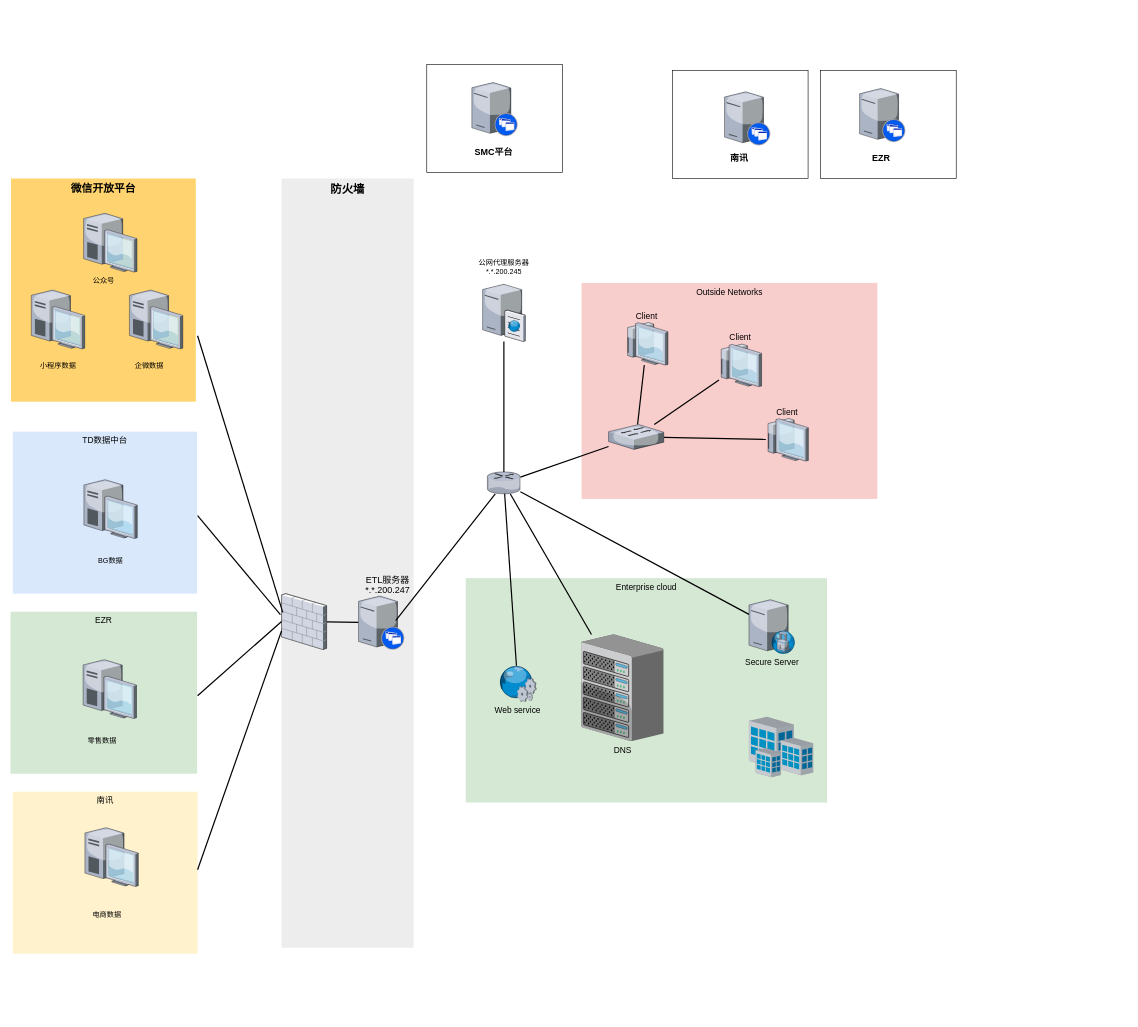
Before: source/特步CDP网络拓扑图.drawio in DThadch/draw, a draw.io diagram. Source tidied: cells renumbered, new cells numbered last; positions are measured from the earlier drawing's top-left corner, leaving out a move shared by most shapes. Both pictures are drawn from the tidied source at 60%, with x=0, y=0 at pixel (10, 64).
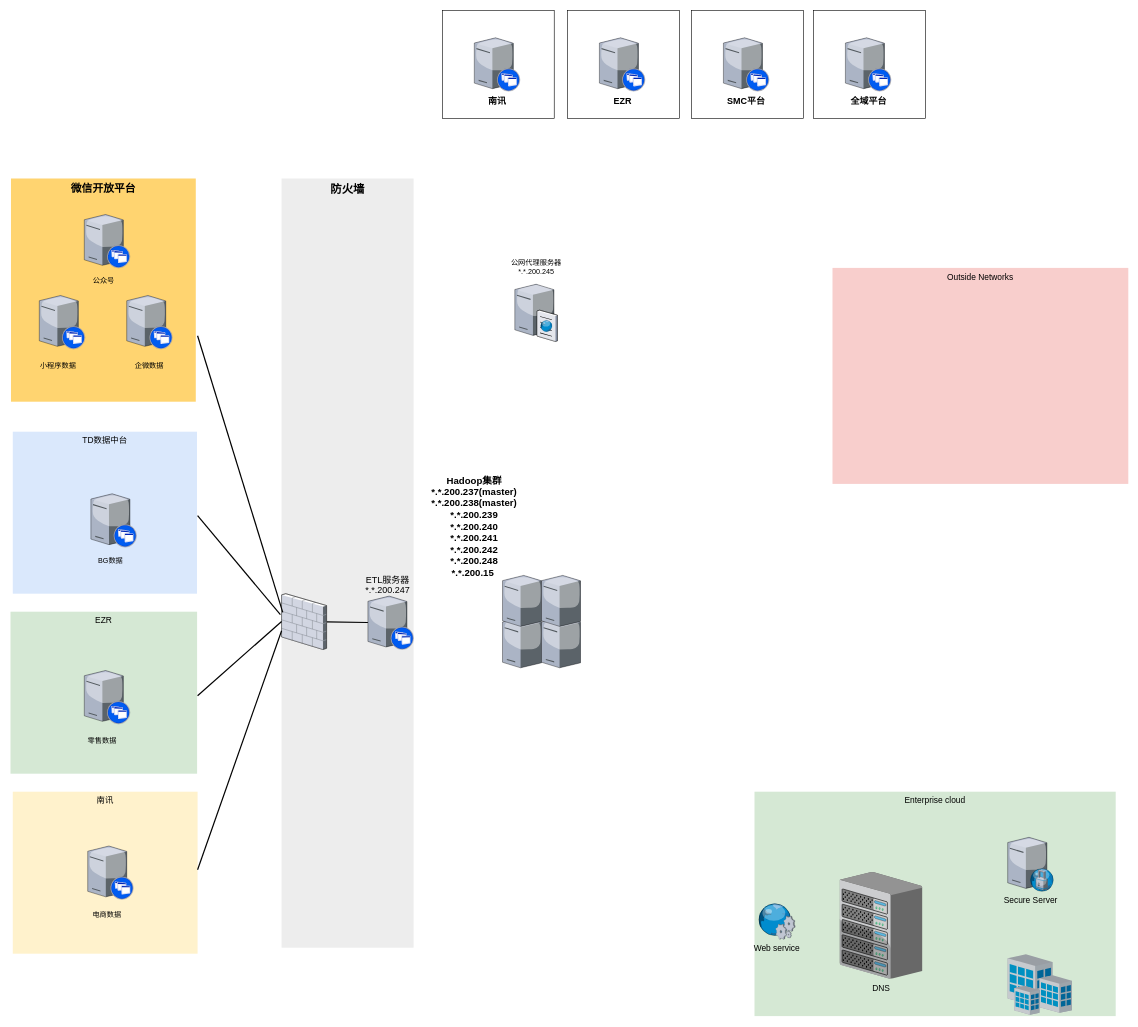
After the change.

Commit message (it also covers changes not shown here):
更新特步CDP网络拓扑图.drawio

Diff of the diagram source:
```diff
@@
-    <mxCell id="2" style="rounded=0;whiteSpace=wrap;html=1;" parent="1" vertex="1">
-      <mxGeometry x="693.8" width="226.2" height="180" as="geometry" />
-    </mxCell>
     <mxCell id="3" value="Outside Networks" style="whiteSpace=wrap;html=1;fillColor=#f8cecc;fontSize=14;strokeColor=none;verticalAlign=top;" parent="1" vertex="1">
-      <mxGeometry x="951.8" y="364" width="493" height="360" as="geometry" />
+      <mxGeometry x="1370" y="339" width="493" height="360" as="geometry" />
     </mxCell>
     <mxCell id="4" value="Enterprise cloud" style="whiteSpace=wrap;html=1;fillColor=#d5e8d4;fontSize=14;strokeColor=none;verticalAlign=top;" parent="1" vertex="1">
-      <mxGeometry x="758.8" y="856" width="602" height="374" as="geometry" />
+      <mxGeometry x="1240" y="1212" width="602" height="374" as="geometry" />
     </mxCell>
@@
-    <mxCell id="8" style="verticalLabelPosition=bottom;html=1;verticalAlign=top;strokeColor=none;shape=mxgraph.citrix.desktop;fillColor=#66B2FF;gradientColor=#0066CC;fontSize=14;" parent="1" vertex="1">
-      <mxGeometry x="198.2" y="376" width="89" height="98" as="geometry" />
-    </mxCell>
-    <mxCell id="9" style="verticalLabelPosition=bottom;html=1;verticalAlign=top;strokeColor=none;shape=mxgraph.citrix.desktop;fillColor=#66B2FF;gradientColor=#0066CC;fontSize=14;" parent="1" vertex="1">
-      <mxGeometry x="34.7" y="376" width="89" height="98" as="geometry" />
-    </mxCell>
-    <mxCell id="10" style="verticalLabelPosition=bottom;html=1;verticalAlign=top;strokeColor=none;shape=mxgraph.citrix.desktop;fillColor=#66B2FF;gradientColor=#0066CC;fontSize=14;" parent="1" vertex="1">
-      <mxGeometry x="121.8" y="248" width="89" height="98" as="geometry" />
-    </mxCell>
@@
     <mxCell id="12" style="verticalLabelPosition=bottom;html=1;verticalAlign=top;strokeColor=none;shape=mxgraph.citrix.xenapp_server;fillColor=#66B2FF;gradientColor=#0066CC;fontSize=14;" parent="1" vertex="1">
-      <mxGeometry x="580" y="886" width="76" height="89" as="geometry" />
+      <mxGeometry x="595.7" y="886" width="76" height="89" as="geometry" />
     </mxCell>
-    <mxCell id="13" style="edgeStyle=none;rounded=0;html=1;startSize=10;endSize=10;jettySize=auto;fontSize=14;endArrow=none;endFill=0;strokeWidth=2;" parent="1" edge="1" source="17" target="19">
-      <mxGeometry relative="1" as="geometry" />
-    </mxCell>
-    <mxCell id="14" style="edgeStyle=none;rounded=0;html=1;startSize=10;endSize=10;jettySize=auto;fontSize=14;endArrow=none;endFill=0;strokeWidth=2;" parent="1" edge="1" source="17" target="18">
-      <mxGeometry relative="1" as="geometry" />
-    </mxCell>
-    <mxCell id="15" style="edgeStyle=none;rounded=0;html=1;startSize=10;endSize=10;jettySize=auto;fontSize=14;endArrow=none;endFill=0;strokeWidth=2;" parent="1" edge="1" source="17" target="26">
-      <mxGeometry relative="1" as="geometry" />
-    </mxCell>
-    <mxCell id="16" style="edgeStyle=none;rounded=0;html=1;startSize=10;endSize=10;jettySize=auto;fontSize=14;endArrow=none;endFill=0;strokeWidth=2;" parent="1" edge="1" source="17" target="22">
-      <mxGeometry relative="1" as="geometry" />
-    </mxCell>
-    <mxCell id="17" style="verticalLabelPosition=bottom;html=1;verticalAlign=top;strokeColor=none;shape=mxgraph.citrix.router;fillColor=#66B2FF;gradientColor=#0066CC;fontSize=14;" parent="1" vertex="1">
-      <mxGeometry x="794.8" y="679" width="55" height="36.5" as="geometry" />
-    </mxCell>
     <mxCell id="18" style="verticalLabelPosition=top;html=1;verticalAlign=bottom;strokeColor=none;shape=mxgraph.citrix.cache_server;fillColor=#66B2FF;gradientColor=#0066CC;fontSize=14;labelPosition=center;align=center;" parent="1" vertex="1">
-      <mxGeometry x="786.8" y="364" width="71" height="97.5" as="geometry" />
+      <mxGeometry x="840.5" y="364" width="71" height="97.5" as="geometry" />
     </mxCell>
     <mxCell id="19" value="DNS" style="verticalLabelPosition=bottom;html=1;verticalAlign=top;strokeColor=none;shape=mxgraph.citrix.chassis;fillColor=#66B2FF;gradientColor=#0066CC;fontSize=14;" parent="1" vertex="1">
-      <mxGeometry x="950.8" y="950" width="137.5" height="177.5" as="geometry" />
+      <mxGeometry x="1382" y="1346" width="137.5" height="177.5" as="geometry" />
     </mxCell>
-    <mxCell id="20" style="edgeStyle=none;rounded=0;html=1;startSize=10;endSize=10;jettySize=auto;fontSize=14;endArrow=none;endFill=0;strokeWidth=2;exitX=0.816;exitY=0.461;exitDx=0;exitDy=0;exitPerimeter=0;" parent="1" edge="1" source="12" target="17">
-      <mxGeometry relative="1" as="geometry" />
-    </mxCell>
@@
     <mxCell id="22" value="Secure Server" style="verticalLabelPosition=bottom;html=1;verticalAlign=top;strokeColor=none;shape=mxgraph.citrix.proxy_server;fillColor=#66B2FF;gradientColor=#0066CC;fontSize=14;" parent="1" vertex="1">
-      <mxGeometry x="1230.8" y="892" width="76.5" height="90" as="geometry" />
+      <mxGeometry x="1662" y="1288" width="76.5" height="90" as="geometry" />
     </mxCell>
-    <mxCell id="23" style="edgeStyle=none;rounded=0;html=1;startSize=10;endSize=10;jettySize=auto;fontSize=14;endArrow=none;endFill=0;strokeWidth=2;" parent="1" edge="1" source="26" target="29">
-      <mxGeometry relative="1" as="geometry" />
-    </mxCell>
-    <mxCell id="24" style="edgeStyle=none;rounded=0;html=1;startSize=10;endSize=10;jettySize=auto;fontSize=14;endArrow=none;endFill=0;strokeWidth=2;" parent="1" edge="1" source="26" target="28">
-      <mxGeometry relative="1" as="geometry" />
-    </mxCell>
-    <mxCell id="25" style="edgeStyle=none;rounded=0;html=1;startSize=10;endSize=10;jettySize=auto;fontSize=14;endArrow=none;endFill=0;strokeWidth=2;" parent="1" edge="1" source="26" target="27">
-      <mxGeometry relative="1" as="geometry" />
-    </mxCell>
-    <mxCell id="26" style="verticalLabelPosition=bottom;html=1;verticalAlign=top;strokeColor=none;shape=mxgraph.citrix.switch;fillColor=#66B2FF;gradientColor=#0066CC;fontSize=14;" parent="1" vertex="1">
-      <mxGeometry x="996.8" y="600" width="92" height="41.5" as="geometry" />
-    </mxCell>
-    <mxCell id="27" value="Client" style="verticalLabelPosition=top;html=1;verticalAlign=bottom;strokeColor=none;shape=mxgraph.citrix.thin_client;fillColor=#66B2FF;gradientColor=#0066CC;fontSize=14;labelPosition=center;align=center;" parent="1" vertex="1">
-      <mxGeometry x="1258.8" y="590" width="71" height="71" as="geometry" />
-    </mxCell>
-    <mxCell id="28" value="Client" style="verticalLabelPosition=top;html=1;verticalAlign=bottom;strokeColor=none;shape=mxgraph.citrix.thin_client;fillColor=#66B2FF;gradientColor=#0066CC;fontSize=14;labelPosition=center;align=center;" parent="1" vertex="1">
-      <mxGeometry x="1180.8" y="466" width="71" height="71" as="geometry" />
-    </mxCell>
-    <mxCell id="29" value="Client" style="verticalLabelPosition=top;html=1;verticalAlign=bottom;strokeColor=none;shape=mxgraph.citrix.thin_client;fillColor=#66B2FF;gradientColor=#0066CC;fontSize=14;labelPosition=center;align=center;" parent="1" vertex="1">
-      <mxGeometry x="1024.8" y="430" width="71" height="71" as="geometry" />
-    </mxCell>
-    <mxCell id="30" style="edgeStyle=none;rounded=0;html=1;startSize=10;endSize=10;jettySize=auto;fontSize=14;endArrow=none;endFill=0;strokeWidth=2;" parent="1" edge="1" source="31" target="17">
-      <mxGeometry relative="1" as="geometry" />
-    </mxCell>
     <mxCell id="31" value="Web service" style="verticalLabelPosition=bottom;html=1;verticalAlign=top;strokeColor=none;shape=mxgraph.citrix.web_service;fillColor=#66B2FF;gradientColor=#0066CC;fontSize=14;" parent="1" vertex="1">
-      <mxGeometry x="813.8" y="1002" width="63" height="60" as="geometry" />
+      <mxGeometry x="1245" y="1398" width="63" height="60" as="geometry" />
     </mxCell>
     <mxCell id="32" style="verticalLabelPosition=bottom;html=1;verticalAlign=top;strokeColor=none;shape=mxgraph.citrix.site;fillColor=#66B2FF;gradientColor=#0066CC;fontSize=14;" parent="1" vertex="1">
-      <mxGeometry x="1230.8" y="1087" width="107" height="101" as="geometry" />
+      <mxGeometry x="1662" y="1483" width="107" height="101" as="geometry" />
     </mxCell>
@@
-    <mxCell id="37" style="verticalLabelPosition=bottom;html=1;verticalAlign=top;strokeColor=none;shape=mxgraph.citrix.desktop;fillColor=#66B2FF;gradientColor=#0066CC;fontSize=14;" parent="1" vertex="1">
-      <mxGeometry x="122.3" y="692" width="89" height="98" as="geometry" />
-    </mxCell>
@@
-    <mxCell id="40" style="verticalLabelPosition=bottom;html=1;verticalAlign=top;strokeColor=none;shape=mxgraph.citrix.desktop;fillColor=#66B2FF;gradientColor=#0066CC;fontSize=14;" parent="1" vertex="1">
-      <mxGeometry x="121" y="992" width="89" height="98" as="geometry" />
-    </mxCell>
@@
-    <mxCell id="43" style="verticalLabelPosition=bottom;html=1;verticalAlign=top;strokeColor=none;shape=mxgraph.citrix.desktop;fillColor=#66B2FF;gradientColor=#0066CC;fontSize=14;" parent="1" vertex="1">
-      <mxGeometry x="124" y="1272" width="89" height="98" as="geometry" />
-    </mxCell>
@@
     <mxCell id="49" value="公网代理服务器&lt;div&gt;*.*.200.245&lt;/div&gt;" style="text;html=1;align=center;verticalAlign=middle;whiteSpace=wrap;rounded=0;" parent="1" vertex="1">
-      <mxGeometry x="769.8" y="322" width="105" height="30" as="geometry" />
+      <mxGeometry x="823.5" y="322" width="105" height="30" as="geometry" />
     </mxCell>
-    <mxCell id="50" style="verticalLabelPosition=bottom;html=1;verticalAlign=top;strokeColor=none;shape=mxgraph.citrix.xenapp_server;fillColor=#66B2FF;gradientColor=#0066CC;fontSize=14;" parent="1" vertex="1">
-      <mxGeometry x="768.9" y="30" width="76" height="89" as="geometry" />
-    </mxCell>
-    <mxCell id="51" value="SMC平台" style="text;html=1;align=center;verticalAlign=middle;whiteSpace=wrap;rounded=0;fontSize=15;fontStyle=1;" parent="1" vertex="1">
-      <mxGeometry x="758.8" y="130" width="93.1" height="30" as="geometry" />
-    </mxCell>
     <mxCell id="52" style="rounded=0;whiteSpace=wrap;html=1;" parent="1" vertex="1">
-      <mxGeometry x="1103.1" y="10" width="226.2" height="180" as="geometry" />
+      <mxGeometry x="928.5" y="-90" width="186.2" height="180" as="geometry" />
     </mxCell>
     <mxCell id="53" style="verticalLabelPosition=bottom;html=1;verticalAlign=top;strokeColor=none;shape=mxgraph.citrix.xenapp_server;fillColor=#66B2FF;gradientColor=#0066CC;fontSize=14;" parent="1" vertex="1">
-      <mxGeometry x="1190" y="45.5" width="76" height="89" as="geometry" />
+      <mxGeometry x="981.5" y="-44.5" width="76" height="89" as="geometry" />
     </mxCell>
-    <mxCell id="54" value="南讯" style="text;html=1;align=center;verticalAlign=middle;whiteSpace=wrap;rounded=0;fontSize=15;fontStyle=1;" parent="1" vertex="1">
-      <mxGeometry x="1168.1" y="140" width="93.1" height="30" as="geometry" />
+    <mxCell id="54" value="EZR" style="text;html=1;align=center;verticalAlign=middle;whiteSpace=wrap;rounded=0;fontSize=15;fontStyle=1;" parent="1" vertex="1">
+      <mxGeometry x="973.5" y="44.5" width="93.1" height="30" as="geometry" />
     </mxCell>
-    <mxCell id="55" style="rounded=0;whiteSpace=wrap;html=1;" parent="1" vertex="1">
-      <mxGeometry x="1350" y="10" width="226.2" height="180" as="geometry" />
-    </mxCell>
-    <mxCell id="56" style="verticalLabelPosition=bottom;html=1;verticalAlign=top;strokeColor=none;shape=mxgraph.citrix.xenapp_server;fillColor=#66B2FF;gradientColor=#0066CC;fontSize=14;" parent="1" vertex="1">
-      <mxGeometry x="1415.1" y="40" width="76" height="89" as="geometry" />
-    </mxCell>
-    <mxCell id="57" value="EZR" style="text;html=1;align=center;verticalAlign=middle;whiteSpace=wrap;rounded=0;fontSize=15;fontStyle=1;" parent="1" vertex="1">
-      <mxGeometry x="1405" y="140" width="93.1" height="30" as="geometry" />
-    </mxCell>
+    <mxCell id="58" style="verticalLabelPosition=bottom;html=1;verticalAlign=top;strokeColor=none;shape=mxgraph.citrix.xenapp_server;fillColor=#66B2FF;gradientColor=#0066CC;fontSize=14;" parent="1" vertex="1">
+      <mxGeometry x="123" y="250" width="76" height="89" as="geometry" />
+    </mxCell>
+    <mxCell id="59" style="verticalLabelPosition=bottom;html=1;verticalAlign=top;strokeColor=none;shape=mxgraph.citrix.xenapp_server;fillColor=#66B2FF;gradientColor=#0066CC;fontSize=14;" parent="1" vertex="1">
+      <mxGeometry x="48" y="385" width="76" height="89" as="geometry" />
+    </mxCell>
+    <mxCell id="60" style="verticalLabelPosition=bottom;html=1;verticalAlign=top;strokeColor=none;shape=mxgraph.citrix.xenapp_server;fillColor=#66B2FF;gradientColor=#0066CC;fontSize=14;" parent="1" vertex="1">
+      <mxGeometry x="193.7" y="385" width="76" height="89" as="geometry" />
+    </mxCell>
+    <mxCell id="61" style="verticalLabelPosition=bottom;html=1;verticalAlign=top;strokeColor=none;shape=mxgraph.citrix.xenapp_server;fillColor=#66B2FF;gradientColor=#0066CC;fontSize=14;" parent="1" vertex="1">
+      <mxGeometry x="134" y="715.5" width="76" height="89" as="geometry" />
+    </mxCell>
+    <mxCell id="62" style="verticalLabelPosition=bottom;html=1;verticalAlign=top;strokeColor=none;shape=mxgraph.citrix.xenapp_server;fillColor=#66B2FF;gradientColor=#0066CC;fontSize=14;" parent="1" vertex="1">
+      <mxGeometry x="123" y="1010" width="76" height="89" as="geometry" />
+    </mxCell>
+    <mxCell id="63" style="rounded=0;whiteSpace=wrap;html=1;" parent="1" vertex="1">
+      <mxGeometry x="720" y="-90" width="186.2" height="180" as="geometry" />
+    </mxCell>
+    <mxCell id="64" style="verticalLabelPosition=bottom;html=1;verticalAlign=top;strokeColor=none;shape=mxgraph.citrix.xenapp_server;fillColor=#66B2FF;gradientColor=#0066CC;fontSize=14;" parent="1" vertex="1">
+      <mxGeometry x="773" y="-44.5" width="76" height="89" as="geometry" />
+    </mxCell>
+    <mxCell id="65" value="南讯" style="text;html=1;align=center;verticalAlign=middle;whiteSpace=wrap;rounded=0;fontSize=15;fontStyle=1;" parent="1" vertex="1">
+      <mxGeometry x="765" y="44.5" width="93.1" height="30" as="geometry" />
+    </mxCell>
+    <mxCell id="66" style="rounded=0;whiteSpace=wrap;html=1;" parent="1" vertex="1">
+      <mxGeometry x="1135.2" y="-90" width="186.2" height="180" as="geometry" />
+    </mxCell>
+    <mxCell id="67" style="verticalLabelPosition=bottom;html=1;verticalAlign=top;strokeColor=none;shape=mxgraph.citrix.xenapp_server;fillColor=#66B2FF;gradientColor=#0066CC;fontSize=14;" parent="1" vertex="1">
+      <mxGeometry x="1188.2" y="-44.5" width="76" height="89" as="geometry" />
+    </mxCell>
+    <mxCell id="51" value="SMC平台" style="text;html=1;align=center;verticalAlign=middle;whiteSpace=wrap;rounded=0;fontSize=15;fontStyle=1;" parent="1" vertex="1">
+      <mxGeometry x="1180.2" y="44.5" width="93.1" height="30" as="geometry" />
+    </mxCell>
+    <mxCell id="68" style="rounded=0;whiteSpace=wrap;html=1;" parent="1" vertex="1">
+      <mxGeometry x="1338.5" y="-90" width="186.2" height="180" as="geometry" />
+    </mxCell>
+    <mxCell id="69" style="verticalLabelPosition=bottom;html=1;verticalAlign=top;strokeColor=none;shape=mxgraph.citrix.xenapp_server;fillColor=#66B2FF;gradientColor=#0066CC;fontSize=14;" parent="1" vertex="1">
+      <mxGeometry x="1391.5" y="-44.5" width="76" height="89" as="geometry" />
+    </mxCell>
+    <mxCell id="70" value="全域平台" style="text;html=1;align=center;verticalAlign=middle;whiteSpace=wrap;rounded=0;fontSize=15;fontStyle=1;" parent="1" vertex="1">
+      <mxGeometry x="1383.5" y="44.5" width="93.1" height="30" as="geometry" />
+    </mxCell>
+    <mxCell id="71" style="verticalLabelPosition=bottom;sketch=0;html=1;verticalAlign=top;strokeColor=none;align=center;shape=mxgraph.citrix.tower_server;" parent="1" vertex="1">
+      <mxGeometry x="820" y="920.5" width="65" height="85" as="geometry" />
+    </mxCell>
+    <mxCell id="72" style="verticalLabelPosition=bottom;sketch=0;html=1;verticalAlign=top;strokeColor=none;align=center;shape=mxgraph.citrix.tower_server;" parent="1" vertex="1">
+      <mxGeometry x="885" y="920.5" width="65" height="85" as="geometry" />
+    </mxCell>
+    <mxCell id="73" style="verticalLabelPosition=bottom;sketch=0;html=1;verticalAlign=top;strokeColor=none;align=center;shape=mxgraph.citrix.tower_server;" parent="1" vertex="1">
+      <mxGeometry x="820" y="851.5" width="65" height="85" as="geometry" />
+    </mxCell>
+    <mxCell id="74" style="verticalLabelPosition=bottom;sketch=0;html=1;verticalAlign=top;strokeColor=none;align=center;shape=mxgraph.citrix.tower_server;" parent="1" vertex="1">
+      <mxGeometry x="885" y="851.5" width="65" height="85" as="geometry" />
+    </mxCell>
+    <mxCell id="75" value="&lt;div&gt;&lt;span style=&quot;font-size: 12.025pt; font-family: 宋体; font-weight: bold;&quot;&gt;Hadoop集群&lt;br&gt;&lt;/span&gt;&lt;/div&gt;&lt;div&gt;&lt;span style=&quot;font-size: 12pt; font-family: 宋体; font-weight: bold;&quot;&gt;*.*.200.237(master)&lt;br&gt;&lt;/span&gt;&lt;/div&gt;&lt;div&gt;&lt;span style=&quot;font-size: 12pt; font-family: 宋体; font-weight: bold;&quot;&gt;*.*.200.238(master)&lt;br&gt;&lt;/span&gt;&lt;/div&gt;&lt;div&gt;&lt;span style=&quot;font-size: 12pt; font-family: 宋体; font-weight: bold;&quot;&gt;*.*.200.239&lt;br&gt;&lt;/span&gt;&lt;/div&gt;&lt;div&gt;&lt;span style=&quot;font-size: 12pt; font-family: 宋体; font-weight: bold;&quot;&gt;*.*.200.240&lt;br&gt;&lt;/span&gt;&lt;/div&gt;&lt;div&gt;&lt;span style=&quot;font-size: 12pt; font-family: 宋体; font-weight: bold;&quot;&gt;*.*.200.241&lt;br&gt;&lt;/span&gt;&lt;/div&gt;&lt;div&gt;&lt;span style=&quot;font-size: 12.025pt; font-family: 宋体; font-weight: bold;&quot;&gt;*.*.200.242&lt;br&gt;&lt;/span&gt;&lt;/div&gt;&lt;div&gt;&lt;span style=&quot;font-size: 12pt; font-family: 宋体; font-weight: bold;&quot;&gt;*.*.200.248&lt;br&gt;&lt;/span&gt;&lt;/div&gt;&lt;div&gt;&lt;span style=&quot;font-size: 12pt; font-family: 宋体; font-weight: bold;&quot;&gt;*.*.200.15&amp;nbsp;&lt;/span&gt;&lt;/div&gt;&lt;div&gt;&lt;br&gt;&lt;/div&gt;" style="text;html=1;align=center;verticalAlign=middle;whiteSpace=wrap;rounded=0;" parent="1" vertex="1">
+      <mxGeometry x="671.5" y="672" width="202" height="210" as="geometry" />
+    </mxCell>
+    <mxCell id="76" style="verticalLabelPosition=bottom;html=1;verticalAlign=top;strokeColor=none;shape=mxgraph.citrix.xenapp_server;fillColor=#66B2FF;gradientColor=#0066CC;fontSize=14;" parent="1" vertex="1">
+      <mxGeometry x="128.7" y="1302.5" width="76" height="89" as="geometry" />
+    </mxCell>
```
